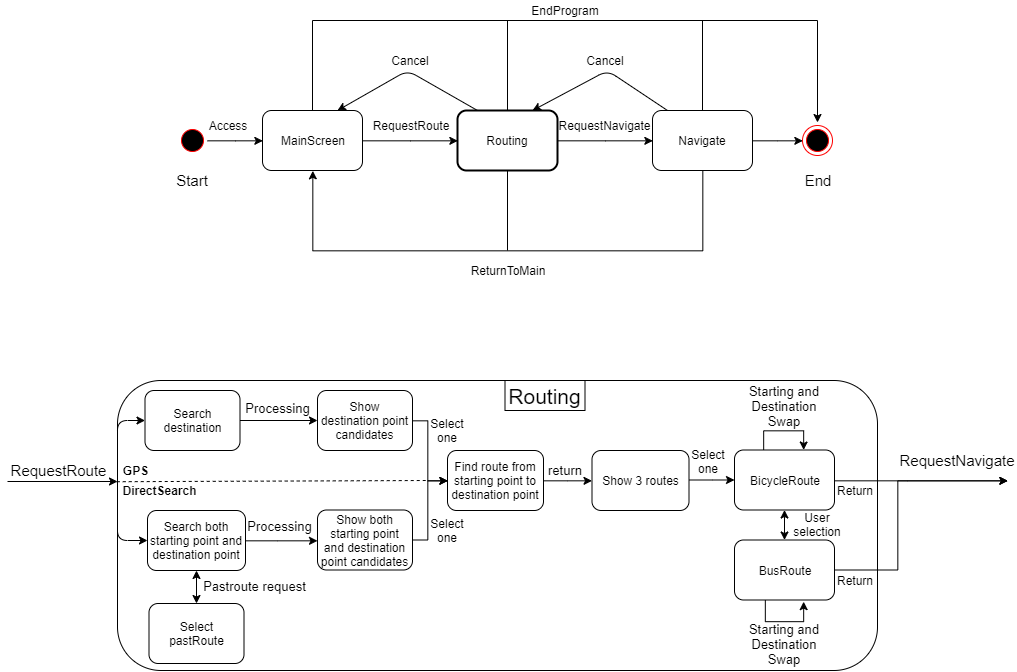
The draw.io diagram 2nd_homework/state_diagram/state_diagram.png in chisacam/CWNU19SE_2B, before a commit. Source tidied: cells renumbered, new cells last; positions are measured from the earlier drawing's top-left corner, leaving out a move shared by most shapes.
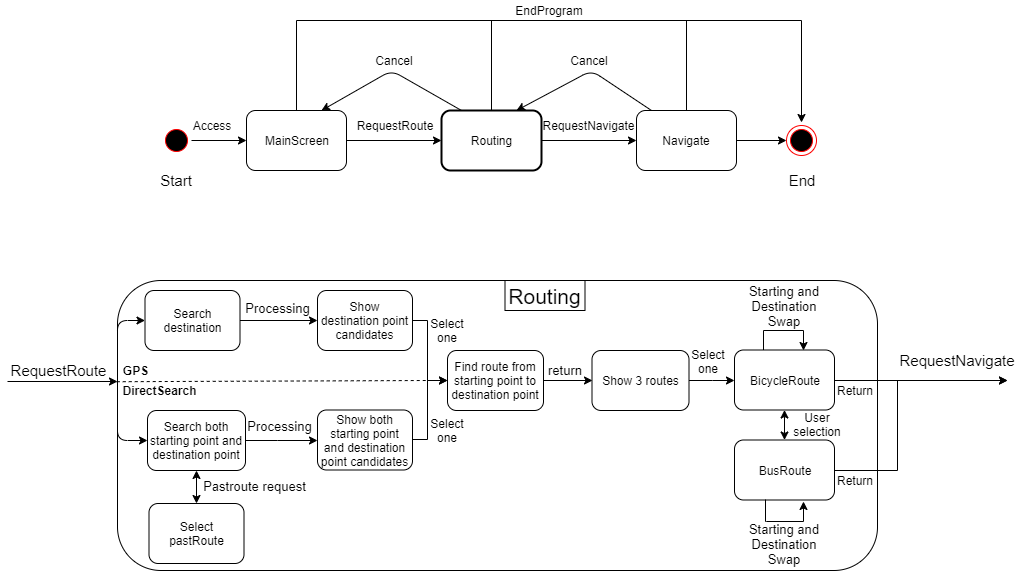
After the commit.

What changed in the source:
```diff
@@ -9,33 +9,25 @@
       <mxGeometry relative="1" as="geometry" />
     </mxCell>
     <mxCell id="4" style="ellipse;html=1;shape=startState;fillColor=#000000;strokeColor=#ff0000;" parent="1" vertex="1">
-      <mxGeometry x="170" y="125" width="30" height="30" as="geometry" />
+      <mxGeometry x="154" y="225" width="30" height="30" as="geometry" />
     </mxCell>
     <mxCell id="5" style="edgeStyle=orthogonalEdgeStyle;rounded=0;jettySize=auto;html=1;entryX=0;entryY=0.5;entryDx=0;entryDy=0;" parent="1" edge="1" source="6" target="8">
       <mxGeometry relative="1" as="geometry" />
     </mxCell>
     <mxCell id="6" value="MainScreen" style="rounded=1;whiteSpace=wrap;html=1;" parent="1" vertex="1">
-      <mxGeometry x="255" y="110" width="100" height="60" as="geometry" />
+      <mxGeometry x="239" y="210" width="100" height="60" as="geometry" />
     </mxCell>
     <mxCell id="7" style="edgeStyle=orthogonalEdgeStyle;rounded=0;jettySize=auto;html=1;entryX=0;entryY=0.5;entryDx=0;entryDy=0;" parent="1" edge="1" source="8" target="11">
       <mxGeometry relative="1" as="geometry" />
     </mxCell>
     <mxCell id="8" value="Routing" style="rounded=1;whiteSpace=wrap;html=1;strokeWidth=2;" parent="1" vertex="1">
-      <mxGeometry x="450" y="110" width="100" height="60" as="geometry" />
+      <mxGeometry x="434" y="210" width="100" height="60" as="geometry" />
     </mxCell>
-    <mxCell id="9" style="edgeStyle=orthogonalEdgeStyle;rounded=0;jettySize=auto;html=1;entryX=0.5;entryY=1;entryDx=0;entryDy=0;" parent="1" edge="1" source="11" target="6">
-      <mxGeometry relative="1" as="geometry">
-        <Array as="points">
-          <mxPoint x="695" y="250" />
-          <mxPoint x="305" y="250" />
-        </Array>
-      </mxGeometry>
-    </mxCell>
     <mxCell id="10" style="edgeStyle=orthogonalEdgeStyle;rounded=0;jettySize=auto;html=1;entryX=0;entryY=0.5;entryDx=0;entryDy=0;" parent="1" edge="1" source="11" target="13">
       <mxGeometry relative="1" as="geometry" />
     </mxCell>
     <mxCell id="11" value="Navigate" style="rounded=1;whiteSpace=wrap;html=1;" parent="1" vertex="1">
-      <mxGeometry x="645" y="110" width="100" height="60" as="geometry" />
+      <mxGeometry x="629" y="210" width="100" height="60" as="geometry" />
     </mxCell>
     <mxCell id="12" style="endArrow=classic;html=1;" parent="1" edge="1">
       <mxGeometry relative="1" as="geometry">
@@ -44,7 +36,7 @@
       </mxGeometry>
     </mxCell>
     <mxCell id="13" style="ellipse;html=1;shape=endState;fillColor=#000000;strokeColor=#ff0000;" parent="1" vertex="1">
-      <mxGeometry x="795" y="125" width="30" height="30" as="geometry" />
+      <mxGeometry x="779" y="225" width="30" height="30" as="geometry" />
     </mxCell>
     <mxCell id="14" style="edgeStyle=orthogonalEdgeStyle;rounded=0;jettySize=auto;html=1;fontSize=12;" parent="1" edge="1" source="15" target="67">
       <mxGeometry relative="1" as="geometry" />
@@ -85,55 +77,47 @@
       </mxGeometry>
     </mxCell>
     <mxCell id="23" value="Access" style="text;html=1;strokeColor=none;fillColor=none;align=center;verticalAlign=middle;whiteSpace=wrap;rounded=0;" parent="1" vertex="1">
-      <mxGeometry x="200" y="115" width="40" height="20" as="geometry" />
+      <mxGeometry x="184" y="215" width="40" height="20" as="geometry" />
     </mxCell>
     <mxCell id="24" value="RequestRoute" style="text;html=1;strokeColor=none;fillColor=none;align=center;verticalAlign=middle;whiteSpace=wrap;rounded=0;" parent="1" vertex="1">
-      <mxGeometry x="382.5" y="115" width="40" height="20" as="geometry" />
+      <mxGeometry x="366.5" y="215" width="40" height="20" as="geometry" />
     </mxCell>
-    <mxCell id="25" style="endArrow=none;html=1;entryX=0.5;entryY=1;entryDx=0;entryDy=0;" parent="1" edge="1" target="8">
-      <mxGeometry relative="1" as="geometry">
-        <mxPoint x="500" y="250" as="sourcePoint" />
-      </mxGeometry>
-    </mxCell>
     <mxCell id="26" value="RequestNavigate" style="text;html=1;strokeColor=none;fillColor=none;align=center;verticalAlign=middle;whiteSpace=wrap;rounded=0;" parent="1" vertex="1">
-      <mxGeometry x="577.5" y="115" width="40" height="20" as="geometry" />
+      <mxGeometry x="561.5" y="215" width="40" height="20" as="geometry" />
     </mxCell>
-    <mxCell id="27" value="ReturnToMain" style="text;html=1;strokeColor=none;fillColor=none;align=center;verticalAlign=middle;whiteSpace=wrap;rounded=0;" parent="1" vertex="1">
-      <mxGeometry x="480" y="260" width="40" height="20" as="geometry" />
-    </mxCell>
     <mxCell id="28" value="Cancel" style="text;html=1;strokeColor=none;fillColor=none;align=center;verticalAlign=middle;whiteSpace=wrap;rounded=0;" parent="1" vertex="1">
-      <mxGeometry x="577.5" y="50" width="40" height="20" as="geometry" />
+      <mxGeometry x="561.5" y="150" width="40" height="20" as="geometry" />
     </mxCell>
     <mxCell id="29" style="endArrow=none;html=1;exitX=0.5;exitY=0;exitDx=0;exitDy=0;" parent="1" edge="1" source="6">
       <mxGeometry relative="1" as="geometry">
-        <mxPoint x="305" y="20" as="targetPoint" />
+        <mxPoint x="289" y="120" as="targetPoint" />
       </mxGeometry>
     </mxCell>
     <mxCell id="30" style="endArrow=none;html=1;exitX=0.5;exitY=0;exitDx=0;exitDy=0;" parent="1" edge="1" source="8">
       <mxGeometry relative="1" as="geometry">
-        <mxPoint x="500" y="20" as="targetPoint" />
+        <mxPoint x="484" y="120" as="targetPoint" />
       </mxGeometry>
     </mxCell>
     <mxCell id="31" style="endArrow=none;html=1;" parent="1" edge="1">
       <mxGeometry relative="1" as="geometry">
-        <mxPoint x="305" y="20" as="sourcePoint" />
-        <mxPoint x="810" y="20" as="targetPoint" />
+        <mxPoint x="289" y="120" as="sourcePoint" />
+        <mxPoint x="794" y="120" as="targetPoint" />
       </mxGeometry>
     </mxCell>
     <mxCell id="32" style="endArrow=none;html=1;" parent="1" edge="1">
       <mxGeometry relative="1" as="geometry">
-        <mxPoint x="695" y="110" as="sourcePoint" />
-        <mxPoint x="695" y="20" as="targetPoint" />
+        <mxPoint x="679" y="210" as="sourcePoint" />
+        <mxPoint x="679" y="120" as="targetPoint" />
       </mxGeometry>
     </mxCell>
     <mxCell id="33" style="endArrow=classic;html=1;" parent="1" edge="1">
       <mxGeometry relative="1" as="geometry">
-        <mxPoint x="810" y="20" as="sourcePoint" />
-        <mxPoint x="810" y="122" as="targetPoint" />
+        <mxPoint x="794" y="120" as="sourcePoint" />
+        <mxPoint x="794" y="222" as="targetPoint" />
       </mxGeometry>
     </mxCell>
     <mxCell id="34" value="EndProgram" style="text;html=1;strokeColor=none;fillColor=none;align=center;verticalAlign=middle;whiteSpace=wrap;rounded=0;" parent="1" vertex="1">
-      <mxGeometry x="537.5" width="40" height="20" as="geometry" />
+      <mxGeometry x="521.5" y="100" width="40" height="20" as="geometry" />
     </mxCell>
     <mxCell id="35" style="edgeStyle=orthogonalEdgeStyle;rounded=0;jettySize=auto;html=1;fontSize=15;" parent="1" edge="1" source="37">
       <mxGeometry relative="1" as="geometry">
@@ -182,10 +166,10 @@
       <mxGeometry x="30" y="460" width="40" height="20" as="geometry" />
     </mxCell>
     <mxCell id="44" value="Start" style="text;html=1;strokeColor=none;fillColor=none;align=center;verticalAlign=middle;whiteSpace=wrap;rounded=0;fontSize=15;" parent="1" vertex="1">
-      <mxGeometry x="165" y="170" width="40" height="20" as="geometry" />
+      <mxGeometry x="149" y="270" width="40" height="20" as="geometry" />
     </mxCell>
     <mxCell id="45" value="End" style="text;html=1;strokeColor=none;fillColor=none;align=center;verticalAlign=middle;whiteSpace=wrap;rounded=0;fontSize=15;" parent="1" vertex="1">
-      <mxGeometry x="790" y="170" width="40" height="20" as="geometry" />
+      <mxGeometry x="774" y="270" width="40" height="20" as="geometry" />
     </mxCell>
     <mxCell id="46" style="rounded=0;whiteSpace=wrap;html=1;strokeWidth=1;fontSize=15;" parent="1" vertex="1">
       <mxGeometry x="497.5" y="380" width="80" height="30" as="geometry" />
@@ -207,21 +191,21 @@
     </mxCell>
     <mxCell id="52" style="endArrow=classic;html=1;entryX=0.75;entryY=0;entryDx=0;entryDy=0;" parent="1" edge="1" target="6">
       <mxGeometry relative="1" as="geometry">
-        <mxPoint x="470" y="110" as="sourcePoint" />
+        <mxPoint x="454" y="210" as="sourcePoint" />
         <Array as="points">
-          <mxPoint x="400" y="70" />
+          <mxPoint x="384" y="170" />
         </Array>
       </mxGeometry>
     </mxCell>
     <mxCell id="53" style="endArrow=classic;html=1;entryX=0.75;entryY=0;entryDx=0;entryDy=0;exitX=0.15;exitY=0;exitDx=0;exitDy=0;exitPerimeter=0;" parent="1" edge="1" source="11" target="8">
       <mxGeometry relative="1" as="geometry">
         <Array as="points">
-          <mxPoint x="600" y="70" />
+          <mxPoint x="584" y="170" />
         </Array>
       </mxGeometry>
     </mxCell>
     <mxCell id="54" value="Cancel" style="text;html=1;strokeColor=none;fillColor=none;align=center;verticalAlign=middle;whiteSpace=wrap;rounded=0;" parent="1" vertex="1">
-      <mxGeometry x="382.5" y="50" width="40" height="20" as="geometry" />
+      <mxGeometry x="366.5" y="150" width="40" height="20" as="geometry" />
     </mxCell>
     <mxCell id="55" value="Starting and Destination Swap" style="text;html=1;strokeColor=none;fillColor=none;align=center;verticalAlign=middle;whiteSpace=wrap;rounded=0;fontSize=13;" parent="1" vertex="1">
       <mxGeometry x="740" y="633" width="74" height="20" as="geometry" />
```
